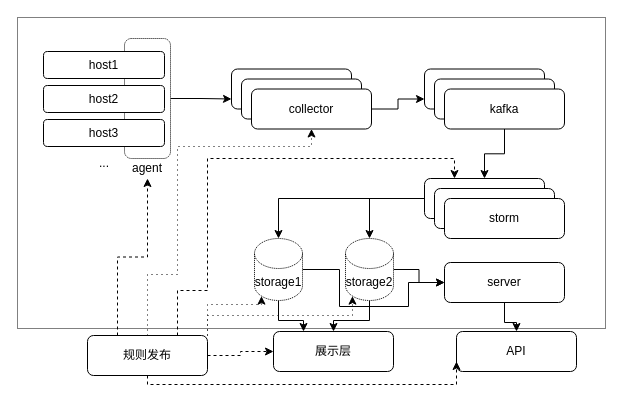
Earlier version of the draw.io diagram storm+规则引擎.drawio (izerobit/colab). Source tidied: cells renumbered, new cells numbered last; positions are measured from the earlier drawing's top-left corner, leaving out a move shared by most shapes. Both pictures are drawn from the tidied source at 100%, with x=0, y=0 at pixel (17, 17).
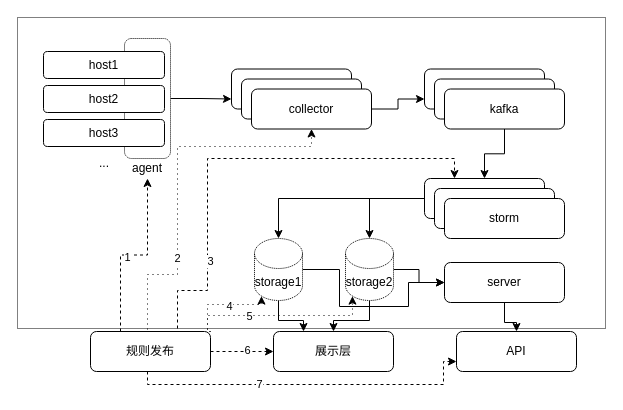
Above is the later version.

The change refers to these unchanged cells:
```xml
<mxCell id="29" value="展示层" style="rounded=1;whiteSpace=wrap;html=1;" parent="1" vertex="1">
  <mxGeometry x="256" y="314" width="120" height="40" as="geometry" />
</mxCell>
<mxCell id="30" value="API" style="rounded=1;whiteSpace=wrap;html=1;" parent="1" vertex="1">
  <mxGeometry x="439" y="314" width="120" height="40" as="geometry" />
</mxCell>
<mxCell id="33" style="edgeStyle=orthogonalEdgeStyle;rounded=0;jettySize=auto;html=1;dashed=1;exitX=0.25;exitY=0;exitDx=0;exitDy=0;" parent="1" edge="1" source="40" target="10">
  <mxGeometry relative="1" as="geometry" />
</mxCell>
<mxCell id="34" style="edgeStyle=orthogonalEdgeStyle;rounded=0;jettySize=auto;html=1;entryX=0.5;entryY=1;entryDx=0;entryDy=0;dashed=1;exitX=0.5;exitY=0;exitDx=0;exitDy=0;dashPattern=1 4;" parent="1" edge="1" source="40" target="13">
  <mxGeometry relative="1" as="geometry">
    <Array as="points">
      <mxPoint x="130" y="257" />
      <mxPoint x="160" y="257" />
      <mxPoint x="160" y="129" />
      <mxPoint x="294" y="129" />
    </Array>
  </mxGeometry>
</mxCell>
<mxCell id="35" style="edgeStyle=orthogonalEdgeStyle;rounded=0;jettySize=auto;html=1;entryX=0.25;entryY=0;entryDx=0;entryDy=0;dashed=1;exitX=0.75;exitY=0;exitDx=0;exitDy=0;" parent="1" edge="1" source="40" target="20">
  <mxGeometry relative="1" as="geometry">
    <Array as="points">
      <mxPoint x="160" y="273" />
      <mxPoint x="190" y="273" />
      <mxPoint x="190" y="141" />
      <mxPoint x="437" y="141" />
    </Array>
  </mxGeometry>
</mxCell>
<mxCell id="37" style="edgeStyle=orthogonalEdgeStyle;rounded=0;jettySize=auto;html=1;exitX=1;exitY=0;exitDx=0;exitDy=0;entryX=0.145;entryY=1;entryDx=0;entryDy=-4.35;entryPerimeter=0;dashed=1;dashPattern=1 4;" parent="1" edge="1" source="40" target="25">
  <mxGeometry relative="1" as="geometry">
    <Array as="points">
      <mxPoint x="190" y="287" />
      <mxPoint x="244" y="287" />
    </Array>
  </mxGeometry>
</mxCell>
<mxCell id="38" style="edgeStyle=orthogonalEdgeStyle;rounded=0;jettySize=auto;html=1;exitX=1;exitY=0;exitDx=0;exitDy=0;entryX=0.145;entryY=1;entryDx=0;entryDy=-4.35;entryPerimeter=0;dashed=1;dashPattern=1 4;" parent="1" edge="1" source="40" target="28">
  <mxGeometry relative="1" as="geometry">
    <Array as="points">
      <mxPoint x="190" y="298" />
      <mxPoint x="335" y="298" />
    </Array>
  </mxGeometry>
</mxCell>
```

The edit, as a diff of the source:
```diff
@@
+    <mxCell id="41" value="1" style="edgeLabel;html=1;align=center;verticalAlign=middle;" parent="33" vertex="1">
+      <mxGeometry x="-0.08" y="-1" relative="1" as="geometry">
+        <mxPoint y="1" as="offset" />
+      </mxGeometry>
+    </mxCell>
@@
+    <mxCell id="42" value="2" style="edgeLabel;html=1;align=center;verticalAlign=middle;" parent="34" vertex="1">
+      <mxGeometry x="-0.42" y="1" relative="1" as="geometry" />
+    </mxCell>
@@
+    <mxCell id="43" value="3" style="edgeLabel;html=1;align=center;verticalAlign=middle;" parent="35" vertex="1">
+      <mxGeometry x="-0.56" y="-2" relative="1" as="geometry" />
+    </mxCell>
     <mxCell id="36" style="edgeStyle=orthogonalEdgeStyle;rounded=0;jettySize=auto;html=1;entryX=0;entryY=0.5;entryDx=0;entryDy=0;dashed=1;" parent="1" edge="1" source="40" target="29">
-      <mxGeometry relative="1" as="geometry" />
+      <mxGeometry relative="1" as="geometry">
+        <Array as="points">
+          <mxPoint x="202" y="334" />
+          <mxPoint x="202" y="334" />
+        </Array>
+      </mxGeometry>
     </mxCell>
+    <mxCell id="44" value="6" style="edgeLabel;html=1;align=center;verticalAlign=middle;" parent="36" vertex="1">
+      <mxGeometry x="0.14" y="2" relative="1" as="geometry" />
+    </mxCell>
@@
+    <mxCell id="45" value="4" style="edgeLabel;html=1;align=center;verticalAlign=middle;" parent="37" vertex="1">
+      <mxGeometry x="0.1" y="-1" relative="1" as="geometry" />
+    </mxCell>
@@
+    <mxCell id="46" value="5" style="edgeLabel;html=1;align=center;verticalAlign=middle;" parent="38" vertex="1">
+      <mxGeometry x="-0.35" relative="1" as="geometry" />
+    </mxCell>
     <mxCell id="39" style="edgeStyle=orthogonalEdgeStyle;rounded=0;jettySize=auto;html=1;entryX=0;entryY=0.75;entryDx=0;entryDy=0;dashed=1;" parent="1" edge="1" source="40" target="30">
       <mxGeometry relative="1" as="geometry">
         <Array as="points">
           <mxPoint x="130" y="367" />
-          <mxPoint x="439" y="367" />
+          <mxPoint x="426" y="367" />
+          <mxPoint x="426" y="344" />
         </Array>
       </mxGeometry>
     </mxCell>
+    <mxCell id="47" value="7" style="edgeLabel;html=1;align=center;verticalAlign=middle;" parent="39" vertex="1">
+      <mxGeometry x="-0.28" y="1" relative="1" as="geometry" />
+    </mxCell>
     <mxCell id="40" value="规则发布" style="rounded=1;whiteSpace=wrap;html=1;" parent="1" vertex="1">
-      <mxGeometry x="70" y="318" width="120" height="40" as="geometry" />
+      <mxGeometry x="73" y="314" width="120" height="40" as="geometry" />
     </mxCell>
```
